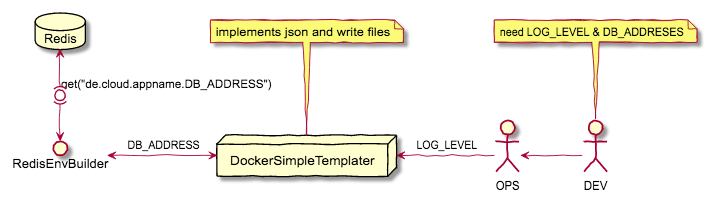
The PlantUML diagram docs/dst-architektur.png in dockermgeo/DockerSimpleTemplater, before a commit. Its source is kept beside it as docs/dst-architektur.puml.
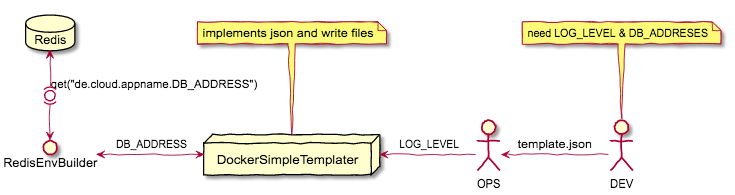
After the commit.

Commit message:
RedisDB-Client

Change to the diagram source:
```diff
@@ -10,7 +10,7 @@
 
 Redis <-(0)-> RedisEnvBuilder:get("de.cloud.appname.DB_ADDRESS")
 DockerSimpleTemplater <- OPS:" LOG_LEVEL"
-OPS <- DEV
+OPS <- DEV:"template.json"
 note top: need LOG_LEVEL & DB_ADDRESES
 RedisEnvBuilder <-> DockerSimpleTemplater:" DB_ADDRESS"
 note top: implements json and write files
```
